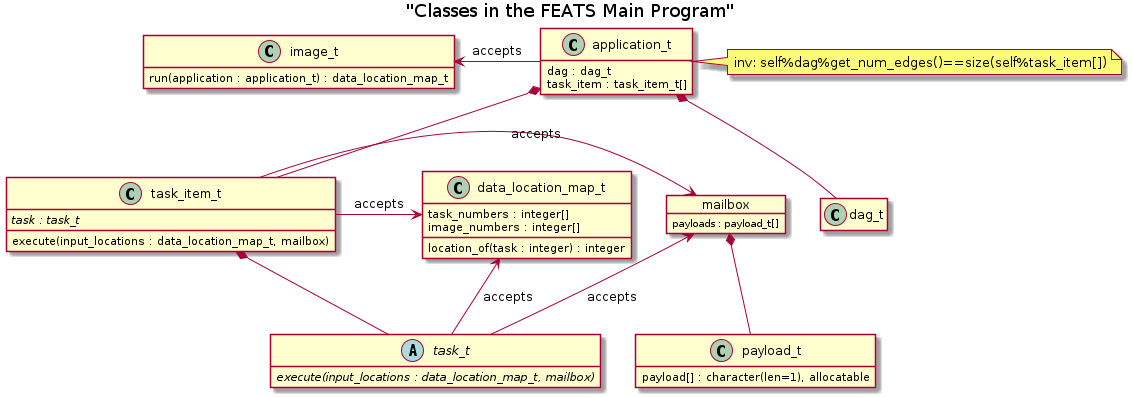
Above: doc/class_diagram.png in sourceryinstitute/FEATS (PlantUML), before the change.
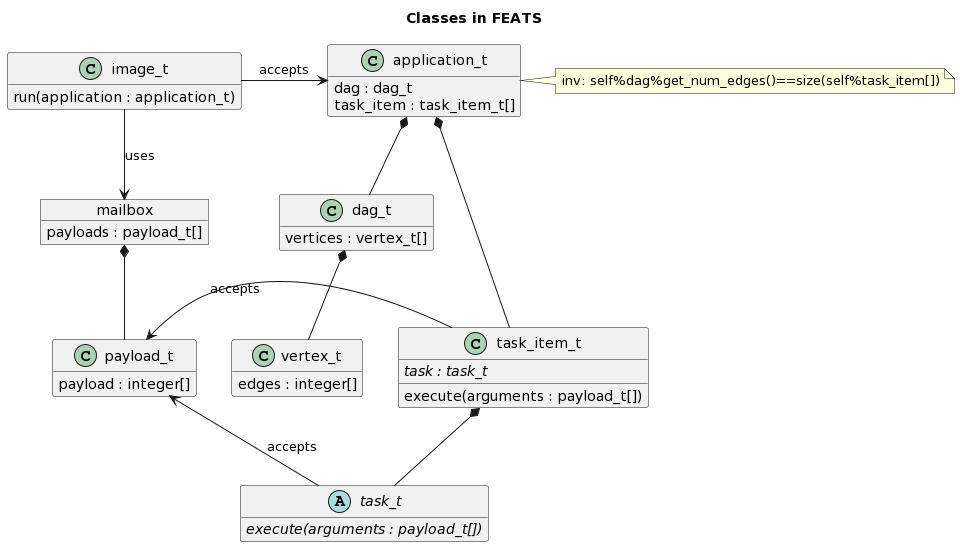
Later version of the same file.

Commit message:
update class diagram

What changed in the source:
```diff
@@ -1,16 +1,47 @@
 @startuml
-Title "Classes in the FEATS Main Program"
+Title "Classes in FEATS"
 
 hide empty members
 
-class data_location_map_t{
-  task_numbers : integer[]
-  image_numbers : integer[]
-  location_of(task : integer) : integer
+class application_t{
+  dag : dag_t
+  task_item : task_item_t[]
+}
+note right: inv: self%dag%get_num_edges()==size(self%task_item[])
+application_t *-down- task_item_t
+
+class dag_t{
+  vertices : vertex_t[]
 }
 
+class vertex_t{
+  edges : integer[]
+}
+
+application_t *-down- dag_t
+dag_t *-down- vertex_t
+
+class image_t{
+  run(application : application_t)
+}
+
+image_t -right-> application_t : accepts
+
+class task_item_t{
+  {abstract} task : task_t
+  execute(arguments : payload_t[])
+}
+
+abstract class task_t{
+  {abstract} execute(arguments : payload_t[])
+}
+
+task_item_t *-down- task_t
+task_t -left-> payload_t : accepts
+task_item_t -left-> payload_t : accepts
+
 class payload_t{
-  payload[] : character(len=1), allocatable
+  payload : integer[]
 }
 
 object mailbox{
@@ -18,38 +49,5 @@
 }
 
 mailbox *-down- payload_t
-
-abstract class task_t{
-  {abstract} execute(input_locations : data_location_map_t, mailbox)
-}
-class task_item_t{
-  {abstract} task : task_t
-  execute(input_locations : data_location_map_t, mailbox)
-}
-
-task_t -left-> data_location_map_t : accepts
-task_t -left-> mailbox : accepts
-
-task_item_t *-down- task_t
-task_item_t -left-> data_location_map_t : accepts
-task_item_t -left-> mailbox : accepts
-
-class dag_t{
-}
-
-class application_t{
-  dag : dag_t
-  task_item : task_item_t[]
-}
-note right: inv: self%dag%get_num_edges()==size(self%task_item[])
-application_t *-down- dag_t
-application_t *-down- task_item_t
-
-
-class image_t{
-  run(application : application_t) : data_location_map_t
-}
-
-application_t -left-> image_t : accepts
-
+image_t --> mailbox : uses
 @enduml
```
